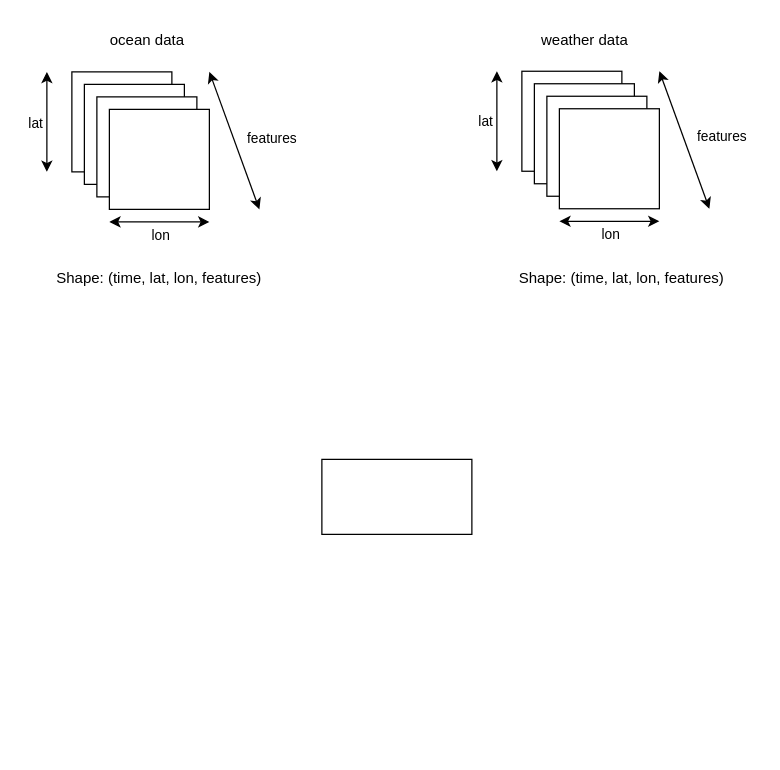
Above: Unbenanntes Diagramm.drawio in RATFIVE/GEOMAR-DeepLearning (draw.io), before the change. Source tidied: cells renumbered, new cells numbered last; positions are measured from the earlier drawing's top-left corner, leaving out a move shared by most shapes. Both pictures are drawn from the tidied source at 125%, with x=0, y=0 at pixel (21, 21).
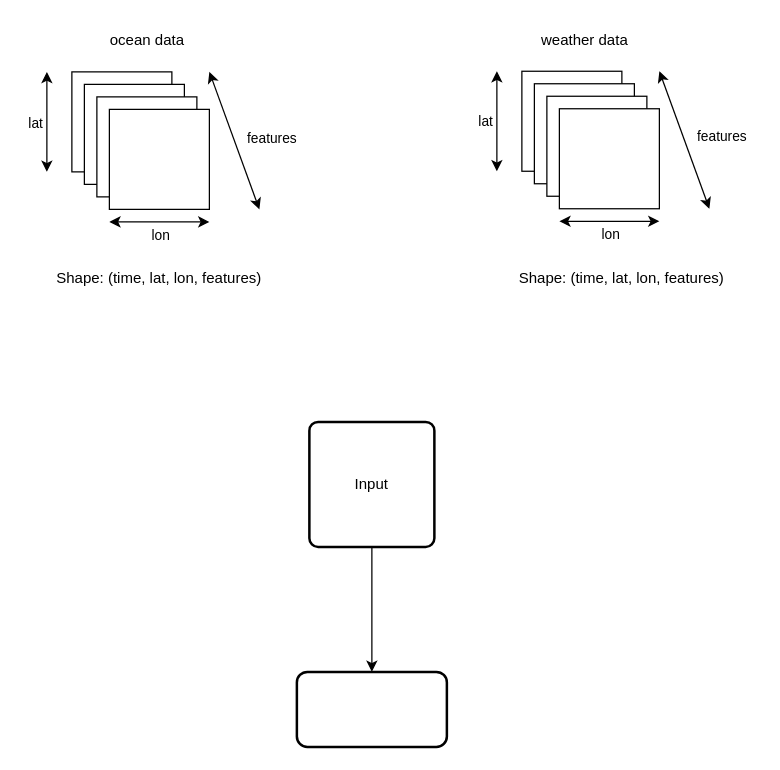
The same diagram, later.

Change to the diagram source:
```diff
@@
-    <mxCell id="24" style="rounded=0;whiteSpace=wrap;html=1;" parent="1" vertex="1">
-      <mxGeometry x="240" y="350" width="120" height="60" as="geometry" />
-    </mxCell>
@@
+    <mxCell id="27" style="edgeStyle=orthogonalEdgeStyle;rounded=0;jettySize=auto;html=1;" parent="1" edge="1" source="28" target="29">
+      <mxGeometry relative="1" as="geometry" />
+    </mxCell>
+    <mxCell id="28" value="Input" style="rounded=1;whiteSpace=wrap;html=1;absoluteArcSize=1;arcSize=14;strokeWidth=2;" parent="1" vertex="1">
+      <mxGeometry x="230" y="320" width="100" height="100" as="geometry" />
+    </mxCell>
+    <mxCell id="29" style="rounded=1;whiteSpace=wrap;html=1;arcSize=14;strokeWidth=2;" parent="1" vertex="1">
+      <mxGeometry x="220" y="520" width="120" height="60" as="geometry" />
+    </mxCell>
```
